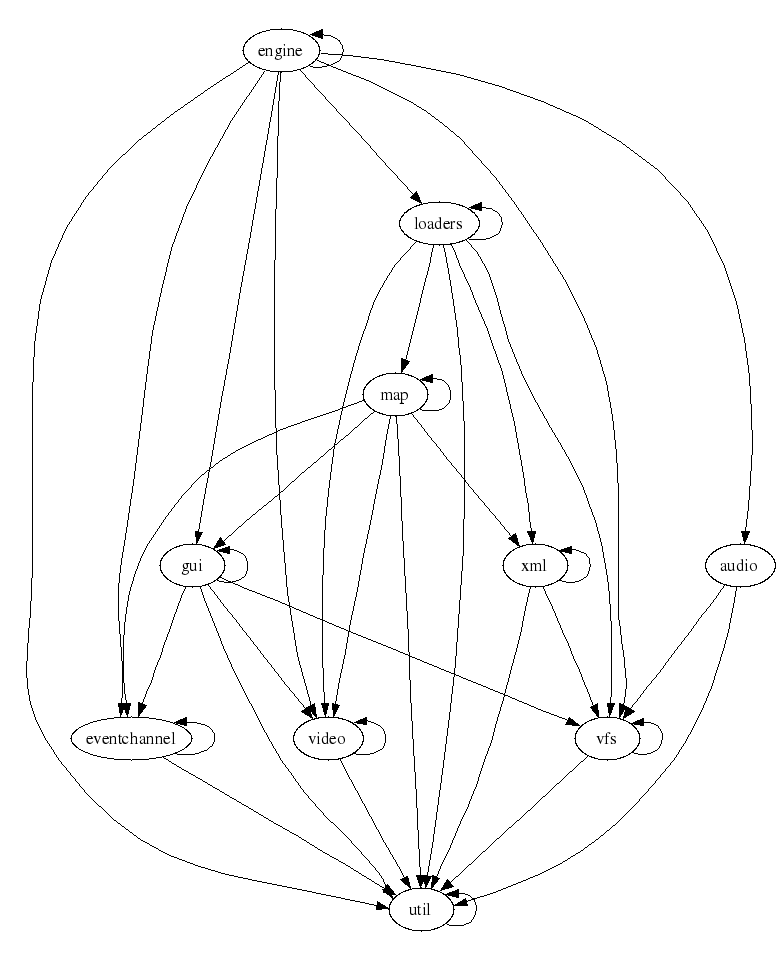
Before: doc/dependencies/moduledeps.png, a diagram exported from Graphviz (fifengine/fifengine). Its source is kept beside it as doc/dependencies/moduledeps.dot. Its diagram source:
```dot
digraph "source tree" {
    overlap=scale;
    size="8,10";
    ratio="fill";
    fontsize="16";
    fontname="Helvetica";
    clusterrank="local";
    "engine" -> "engine"
    "engine" -> "gui"
    "engine" -> "eventchannel"
    "engine" -> "loaders"
    "engine" -> "util"
    "engine" -> "video"
    "engine" -> "audio"
    "engine" -> "vfs"
    "map" -> "xml"
    "map" -> "map"
    "map" -> "gui"
    "map" -> "eventchannel"
    "map" -> "util"
    "map" -> "video"
    "xml" -> "xml"
    "xml" -> "util"
    "xml" -> "vfs"
    "gui" -> "util"
    "gui" -> "vfs"
    "gui" -> "gui"
    "gui" -> "video"
    "gui" -> "eventchannel"
    "eventchannel" -> "util"
    "eventchannel" -> "eventchannel"
    "loaders" -> "xml"
    "loaders" -> "map"
    "loaders" -> "loaders"
    "loaders" -> "util"
    "loaders" -> "video"
    "loaders" -> "vfs"
    "util" -> "util"
    "video" -> "util"
    "video" -> "video"
    "audio" -> "util"
    "audio" -> "vfs"
    "vfs" -> "util"
    "vfs" -> "vfs"
}
```
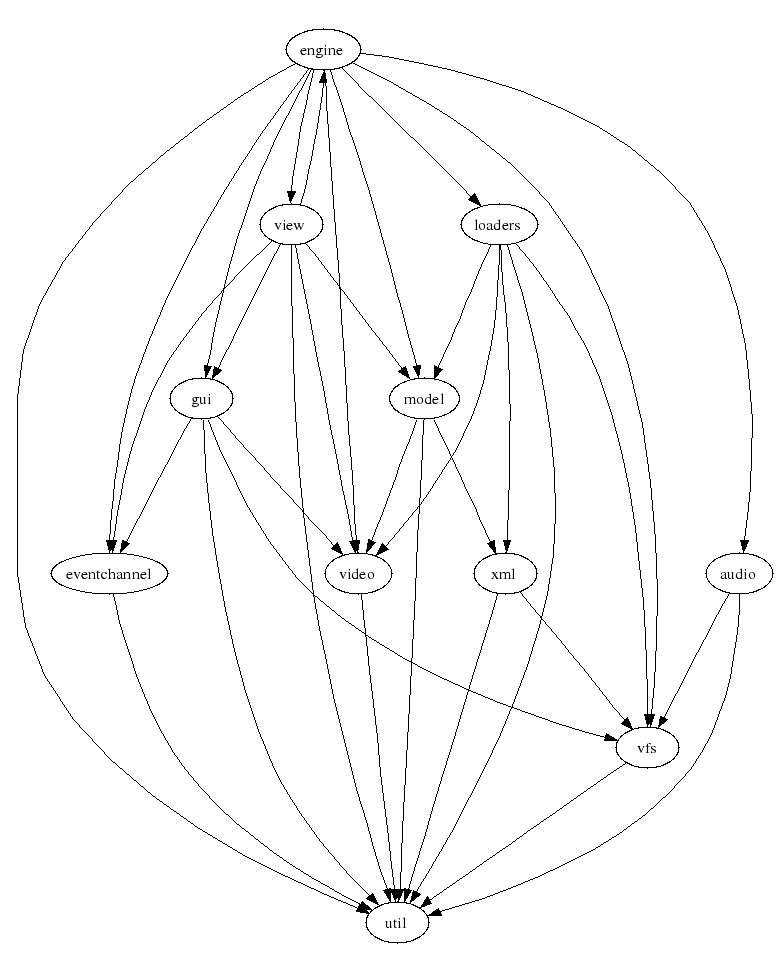
After the change.

What changed in the source:
```diff
@@ -5,41 +5,38 @@
     fontsize="16";
     fontname="Helvetica";
     clusterrank="local";
-    "engine" -> "engine"
     "engine" -> "gui"
     "engine" -> "eventchannel"
     "engine" -> "loaders"
     "engine" -> "util"
     "engine" -> "video"
+    "engine" -> "model"
     "engine" -> "audio"
     "engine" -> "vfs"
-    "map" -> "xml"
-    "map" -> "map"
-    "map" -> "gui"
-    "map" -> "eventchannel"
-    "map" -> "util"
-    "map" -> "video"
-    "xml" -> "xml"
+    "engine" -> "view"
     "xml" -> "util"
     "xml" -> "vfs"
     "gui" -> "util"
     "gui" -> "vfs"
-    "gui" -> "gui"
     "gui" -> "video"
     "gui" -> "eventchannel"
     "eventchannel" -> "util"
-    "eventchannel" -> "eventchannel"
     "loaders" -> "xml"
-    "loaders" -> "map"
-    "loaders" -> "loaders"
     "loaders" -> "util"
     "loaders" -> "video"
+    "loaders" -> "model"
     "loaders" -> "vfs"
-    "util" -> "util"
     "video" -> "util"
-    "video" -> "video"
+    "model" -> "util"
+    "model" -> "xml"
+    "model" -> "video"
     "audio" -> "util"
     "audio" -> "vfs"
     "vfs" -> "util"
-    "vfs" -> "vfs"
+    "view" -> "engine"
+    "view" -> "gui"
+    "view" -> "eventchannel"
+    "view" -> "util"
+    "view" -> "video"
+    "view" -> "model"
 }
```
